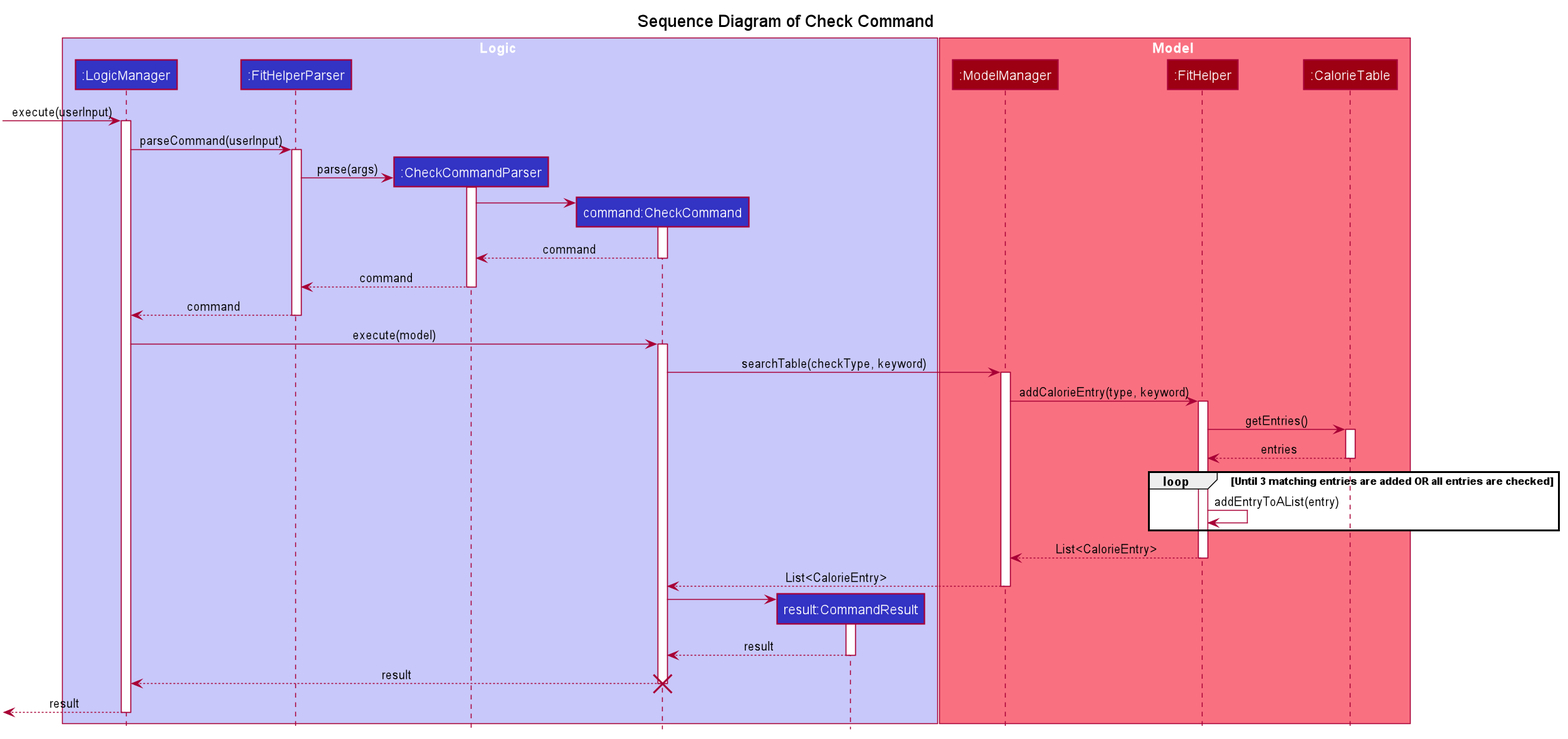
Above: SequenceDiagramForCheckCommand.png in nus-cs2103-AY1920S2/addressbook-level3 (PlantUML), before the change.
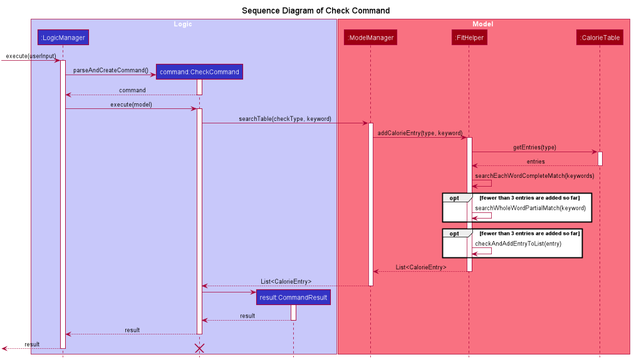
Later version of the same file.

Change to the diagram source:
```diff
@@ -52,11 +52,8 @@
 
 box Logic #C8C8FA
 participant ":LogicManager" as LogicManager #3333C4
-participant ":FitHelperParser" as FitHelperParser #3333C4
-participant ":CheckCommandParser" as CheckCommandParser #3333C4
 participant "command:CheckCommand" as CheckCommand #3333C4
 participant "result:CommandResult" as Result #3333C4
-
 end box
 
 box Model #F97181
@@ -67,33 +64,31 @@
 
  -> LogicManager : execute(userInput)
 activate LogicManager
-LogicManager -> FitHelperParser : parseCommand(userInput)
-activate FitHelperParser
-create CheckCommandParser
-FitHelperParser -> CheckCommandParser : parse(args)
-activate CheckCommandParser
+
 create CheckCommand
-CheckCommandParser -> CheckCommand
+LogicManager -> CheckCommand : parseAndCreateCommand()
 activate CheckCommand
-CheckCommandParser <-- CheckCommand : command
-deactivate CheckCommand
-FitHelperParser <-- CheckCommandParser : command
-deactivate CheckCommandParser
-LogicManager <-- FitHelperParser : command
+LogicManager <-- CheckCommand : command
 deactivate
+
+
 LogicManager -> CheckCommand : execute(model)
 activate CheckCommand
 CheckCommand -> ModelManager : searchTable(checkType, keyword)
 activate ModelManager
 ModelManager -> FitHelper : addCalorieEntry(type, keyword)
 activate FitHelper
-FitHelper -> CalorieTable : getEntries()
+FitHelper -> CalorieTable : getEntries(type)
 activate CalorieTable
 FitHelper <-- CalorieTable : entries
 deactivate
 
-loop Until 3 matching entries are added OR all entries are checked
-FitHelper -> FitHelper : addEntryToAList(entry)
+FitHelper -> FitHelper : searchEachWordCompleteMatch(keywords)
+opt fewer than 3 entries are added so far
+FitHelper -> FitHelper : searchWholeWordPartialMatch(keyword)
+end
+opt fewer than 3 entries are added so far
+FitHelper -> FitHelper : checkAndAddEntryToList(entry)
 end
 
 FitHelper --> ModelManager : List<CalorieEntry>
@@ -107,8 +102,9 @@
 deactivate
 CheckCommand --> LogicManager : result
 deactivate CheckCommand
-destroy CheckCommand
+
 <-- LogicManager : result
 deactivate LogicManager
+destroy CheckCommand
 
 @enduml
```
